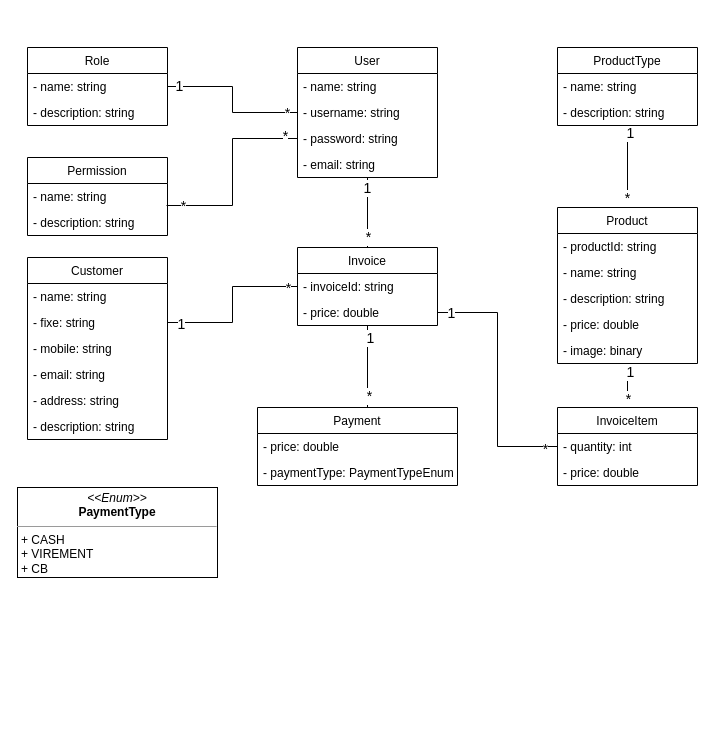
This is rocky-app-backend/rockydb.drawio from stephane-koman/rockyapp, a draw.io file, before an edit. Source tidied: cells renumbered, new cells numbered last; positions are measured from the earlier drawing's top-left corner, leaving out a move shared by most shapes. Both pictures are drawn from the tidied source at 100%, with x=0, y=0 at pixel (17, 47).
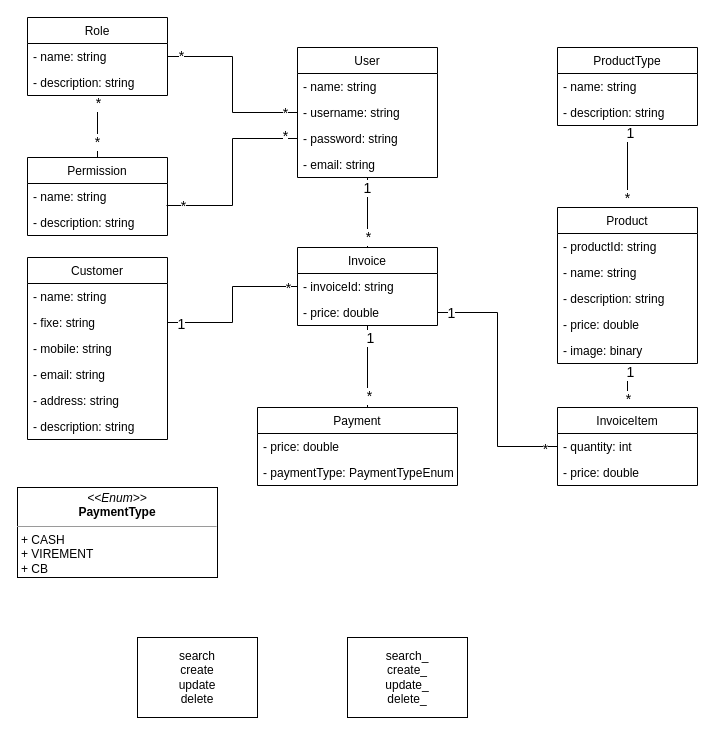
The same diagram, later.

Unchanged cells that the change refers to:
```xml
<mxCell id="13" value="Permission" style="swimlane;fontStyle=0;horizontal=1;startSize=26;fillColor=none;" parent="1" vertex="1">
  <mxGeometry x="10" y="110" width="140" height="78" as="geometry" />
</mxCell>
<mxCell id="51" style="edgeStyle=orthogonalEdgeStyle;rounded=0;jettySize=auto;html=1;endArrow=none;endFill=0;" parent="1" edge="1" source="7" target="11">
  <mxGeometry relative="1" as="geometry" />
</mxCell>
```

The edit, as a diff of the source:
```diff
@@
+    <mxCell id="63" style="edgeStyle=orthogonalEdgeStyle;rounded=0;jettySize=auto;html=1;endArrow=none;endFill=0;" parent="1" edge="1" source="10" target="13">
+      <mxGeometry relative="1" as="geometry" />
+    </mxCell>
+    <mxCell id="64" value="&lt;font style=&quot;font-size: 14px&quot;&gt;*&lt;/font&gt;" style="edgeLabel;html=1;align=center;verticalAlign=middle;" parent="63" vertex="1">
+      <mxGeometry x="-0.77" relative="1" as="geometry" />
+    </mxCell>
+    <mxCell id="65" value="*" style="edgeLabel;html=1;align=center;verticalAlign=middle;fontSize=14;" parent="63" vertex="1">
+      <mxGeometry x="0.48" y="-1" relative="1" as="geometry" />
+    </mxCell>
     <mxCell id="10" value="Role" style="swimlane;fontStyle=0;horizontal=1;startSize=26;fillColor=none;" parent="1" vertex="1">
-      <mxGeometry x="10" width="140" height="78" as="geometry" />
+      <mxGeometry x="10" y="-30" width="140" height="78" as="geometry" />
     </mxCell>
@@
-    <mxCell id="52" value="&lt;font style=&quot;font-size: 14px;&quot;&gt;1&lt;/font&gt;" style="edgeLabel;html=1;align=center;verticalAlign=middle;" parent="51" vertex="1">
+    <mxCell id="52" value="&lt;font style=&quot;font-size: 14px&quot;&gt;*&lt;/font&gt;" style="edgeLabel;html=1;align=center;verticalAlign=middle;" parent="51" vertex="1">
       <mxGeometry x="0.86" y="-1" relative="1" as="geometry" />
     </mxCell>
@@
+    <mxCell id="66" value="search&lt;br&gt;create&lt;br&gt;update&lt;br&gt;delete" style="rounded=0;whiteSpace=wrap;html=1;" parent="1" vertex="1">
+      <mxGeometry x="120" y="590" width="120" height="80" as="geometry" />
+    </mxCell>
+    <mxCell id="67" value="search_&lt;br&gt;create_&lt;br&gt;update_&lt;br&gt;delete_" style="rounded=0;whiteSpace=wrap;html=1;" parent="1" vertex="1">
+      <mxGeometry x="330" y="590" width="120" height="80" as="geometry" />
+    </mxCell>
```
